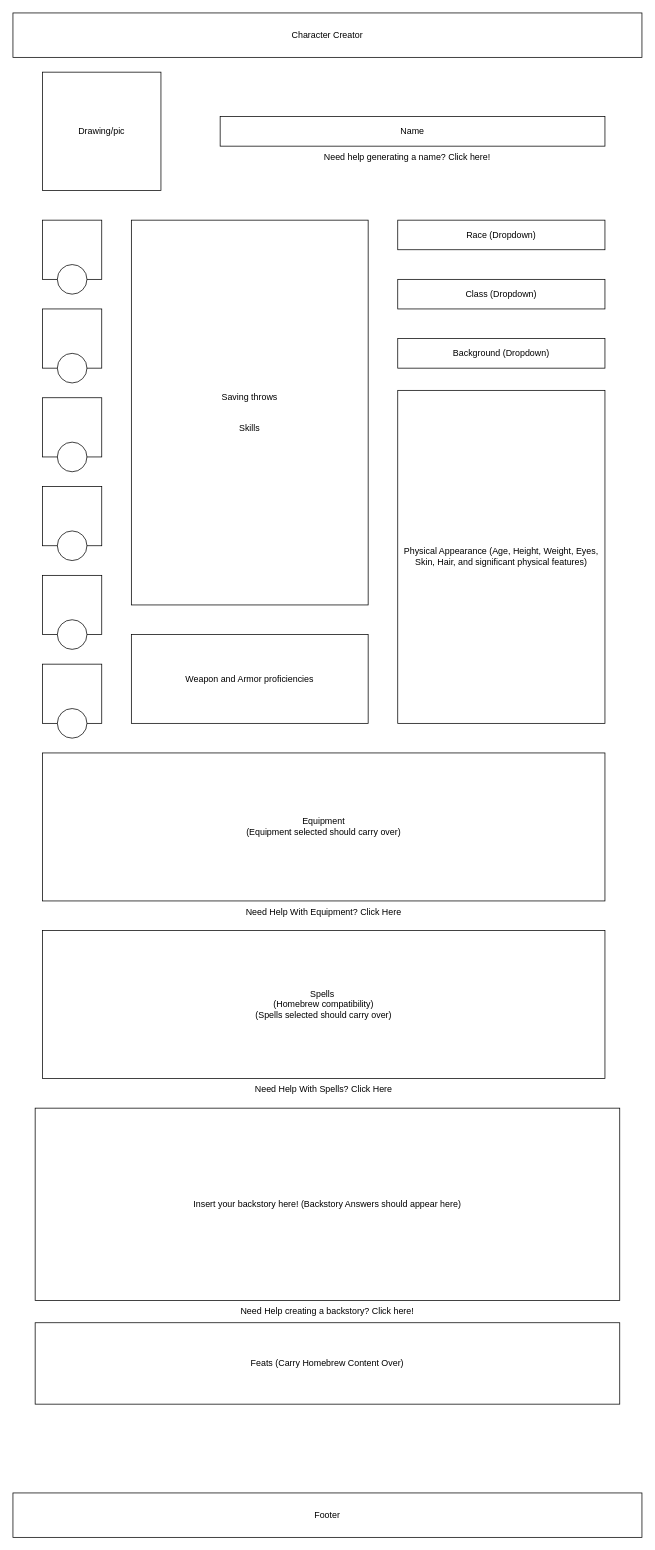
aangus98/DND_Organizer keeps this draw.io diagram as page "Character Creator" (2 of 10) of Diagrams/DND_Main_Screen.drawio. Above is the earlier version. Source tidied: cells renumbered, new cells numbered last; positions are measured from the earlier drawing's top-left corner, leaving out a move shared by most shapes. Both pictures are drawn from the tidied source at 74%, with x=0, y=0 at pixel (13, 13).
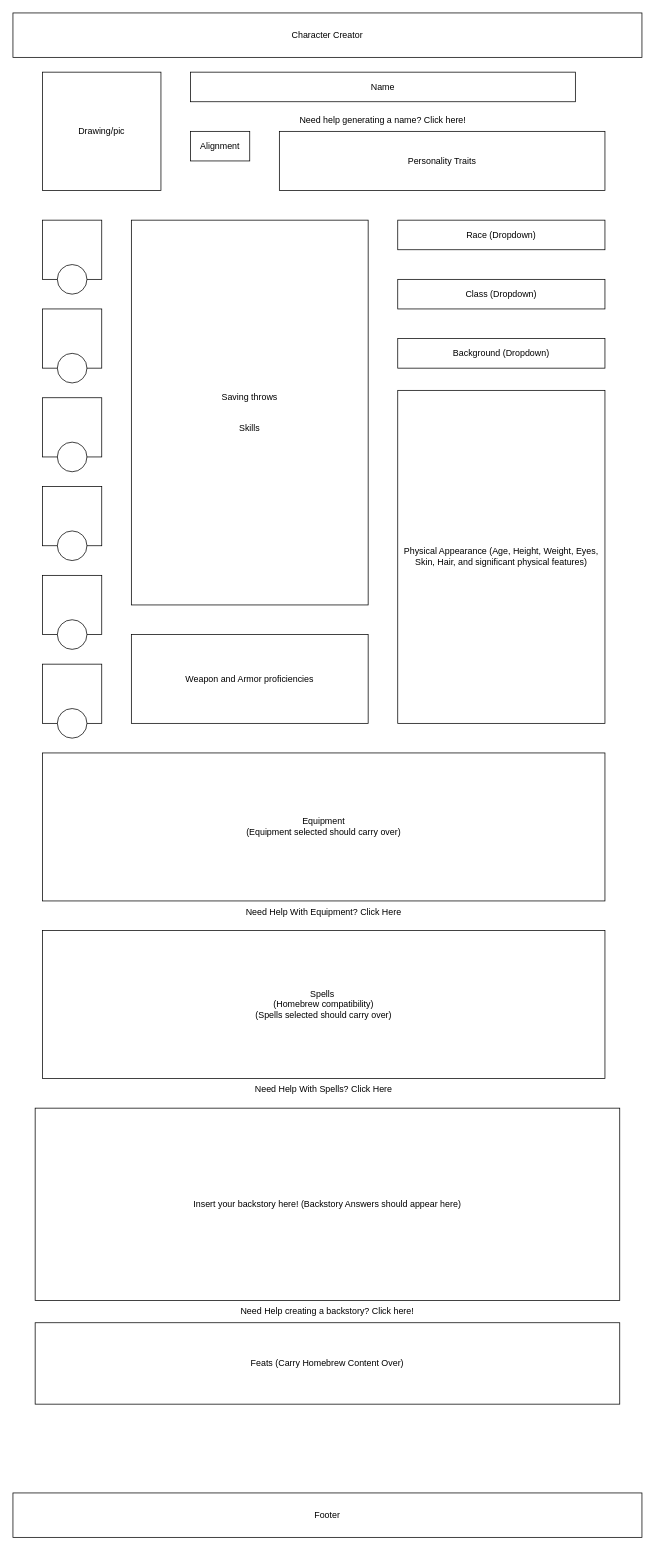
The same page after the edit.

Change to the diagram source:
```diff
@@
     <mxCell id="4" value="Name" style="rounded=0;whiteSpace=wrap;html=1;" parent="1" vertex="1">
-      <mxGeometry x="280" y="140" width="520" height="40" as="geometry" />
+      <mxGeometry x="240" y="80" width="520" height="40" as="geometry" />
     </mxCell>
@@
     <mxCell id="9" value="Need help generating a name? Click here!" style="text;html=1;align=center;verticalAlign=middle;whiteSpace=wrap;rounded=0;" parent="1" vertex="1">
-      <mxGeometry x="392.5" y="180" width="280" height="30" as="geometry" />
+      <mxGeometry x="360" y="130" width="280" height="30" as="geometry" />
     </mxCell>
@@
+    <mxCell id="32" value="Alignment" style="rounded=0;whiteSpace=wrap;html=1;" parent="1" vertex="1">
+      <mxGeometry x="240" y="160" width="80" height="40" as="geometry" />
+    </mxCell>
+    <mxCell id="33" value="Personality Traits" style="rounded=0;whiteSpace=wrap;html=1;" parent="1" vertex="1">
+      <mxGeometry x="360" y="160" width="440" height="80" as="geometry" />
+    </mxCell>
```
